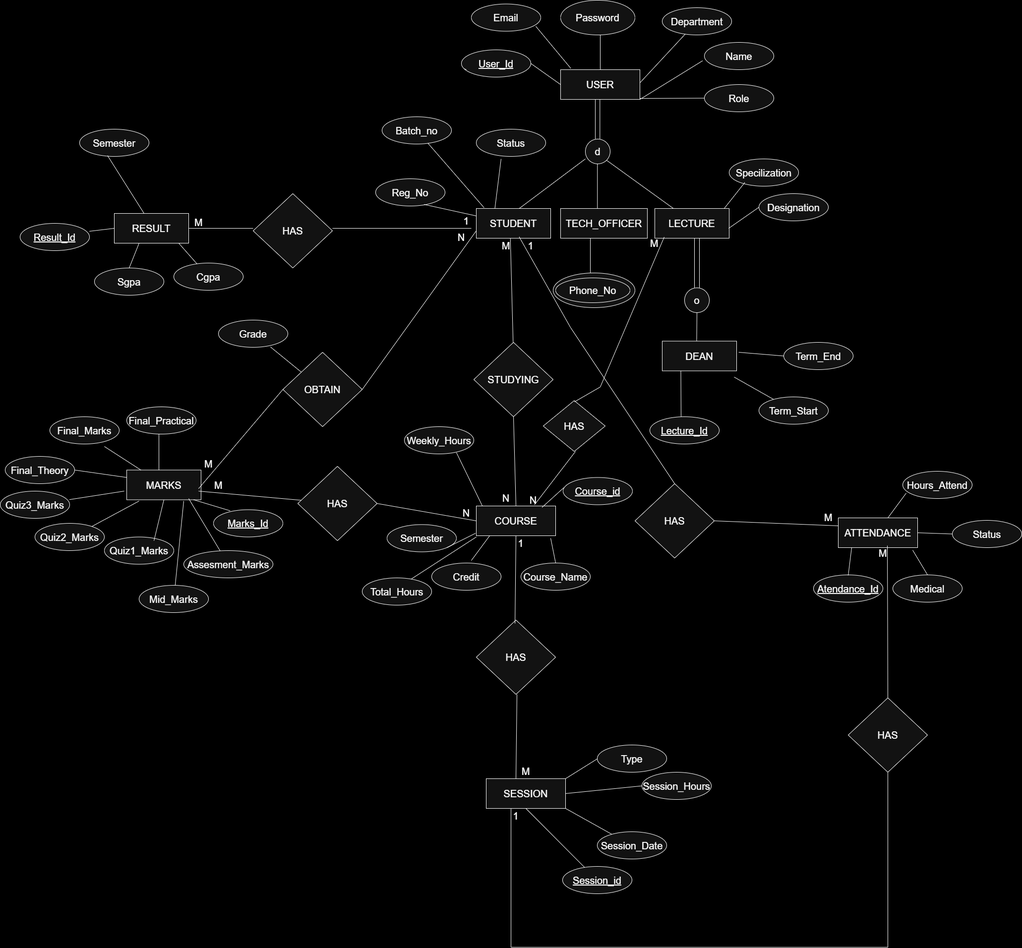
nuwangi2003/database_project keeps this draw.io diagram as document/ER.png. Above is the earlier version. Source tidied: cells renumbered, new cells last; positions are measured from the earlier drawing's top-left corner, leaving out a move shared by most shapes.
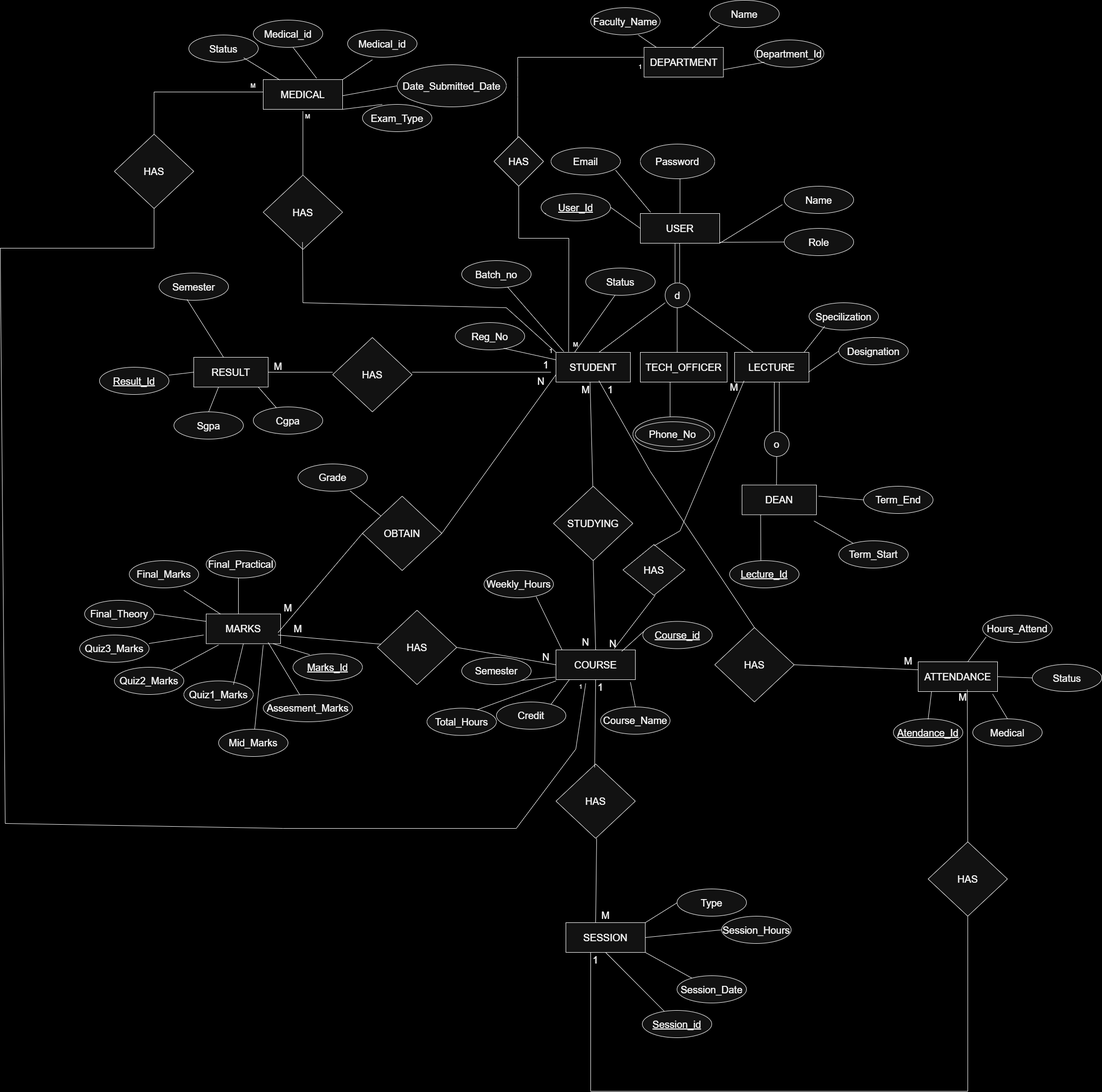
Above is the later version.

Commit message:
changes make - er and R schema

Change to the diagram source:
```diff
@@ -22,14 +22,6 @@
         <mxPoint x="1130" y="170" as="targetPoint" />
       </mxGeometry>
     </mxCell>
-    <mxCell id="7" value="Department" style="ellipse;whiteSpace=wrap;html=1;fontSize=20;" parent="1" vertex="1">
-      <mxGeometry x="1335" y="15" width="140" height="55" as="geometry" />
-    </mxCell>
-    <mxCell id="8" style="endArrow=none;html=1;rounded=0;exitX=1;exitY=0.5;exitDx=0;exitDy=0;fontSize=20;" parent="1" edge="1" target="7">
-      <mxGeometry relative="1" as="geometry">
-        <mxPoint x="1290" y="166.5" as="sourcePoint" />
-      </mxGeometry>
-    </mxCell>
     <mxCell id="9" value="Name" style="ellipse;whiteSpace=wrap;html=1;fontSize=20;" parent="1" vertex="1">
       <mxGeometry x="1420" y="85" width="140" height="55" as="geometry" />
     </mxCell>
@@ -102,13 +94,11 @@
     <mxCell id="26" value="HAS" style="rhombus;whiteSpace=wrap;html=1;fontSize=20;" parent="1" vertex="1">
       <mxGeometry x="510" y="390" width="160" height="150" as="geometry" />
     </mxCell>
-    <mxCell id="27" style="endArrow=none;html=1;rounded=0;exitX=0.25;exitY=0;exitDx=0;exitDy=0;fontSize=20;" parent="1" edge="1" source="19">
-      <mxGeometry relative="1" as="geometry">
-        <mxPoint x="1010" y="320" as="targetPoint" />
-      </mxGeometry>
+    <mxCell id="27" style="endArrow=none;html=1;rounded=0;exitX=0.25;exitY=0;exitDx=0;exitDy=0;fontSize=20;entryX=0.43;entryY=0.966;entryDx=0;entryDy=0;entryPerimeter=0;" parent="1" edge="1" source="19" target="28">
+      <mxGeometry relative="1" as="geometry" />
     </mxCell>
     <mxCell id="28" value="Status" style="ellipse;whiteSpace=wrap;html=1;fontSize=20;" parent="1" vertex="1">
-      <mxGeometry x="960" y="260" width="140" height="55" as="geometry" />
+      <mxGeometry x="1020" y="250" width="140" height="55" as="geometry" />
     </mxCell>
     <mxCell id="29" style="endArrow=none;html=1;rounded=0;fontSize=20;" parent="1" edge="1">
       <mxGeometry relative="1" as="geometry">
@@ -275,7 +265,7 @@
       </mxGeometry>
     </mxCell>
     <mxCell id="69" value="Credit" style="ellipse;whiteSpace=wrap;html=1;fontSize=20;" parent="1" vertex="1">
-      <mxGeometry x="870" y="1135" width="140" height="55" as="geometry" />
+      <mxGeometry x="840" y="1125" width="140" height="55" as="geometry" />
     </mxCell>
     <mxCell id="70" value="Course_Name" style="ellipse;whiteSpace=wrap;html=1;fontSize=20;" parent="1" vertex="1">
       <mxGeometry x="1050" y="1135" width="140" height="55" as="geometry" />
@@ -547,7 +537,7 @@
       <mxGeometry x="1294" y="480" width="50" height="20" as="geometry" />
     </mxCell>
     <mxCell id="142" value="Semester" style="ellipse;whiteSpace=wrap;html=1;fontSize=20;" parent="1" vertex="1">
-      <mxGeometry x="780" y="1057.5" width="140" height="55" as="geometry" />
+      <mxGeometry x="770" y="1035" width="140" height="55" as="geometry" />
     </mxCell>
     <mxCell id="143" style="endArrow=none;html=1;rounded=0;fontSize=20;exitX=1;exitY=1;exitDx=0;exitDy=0;" parent="1" edge="1" source="142">
       <mxGeometry relative="1" as="geometry">
@@ -560,7 +550,7 @@
       </mxGeometry>
     </mxCell>
     <mxCell id="145" value="Total_Hours" style="ellipse;whiteSpace=wrap;html=1;fontSize=20;" parent="1" vertex="1">
-      <mxGeometry x="730" y="1165" width="140" height="55" as="geometry" />
+      <mxGeometry x="700" y="1137.5" width="140" height="55" as="geometry" />
     </mxCell>
     <mxCell id="146" value="Weekly_Hours" style="ellipse;whiteSpace=wrap;html=1;fontSize=20;" parent="1" vertex="1">
       <mxGeometry x="815" y="860" width="140" height="55" as="geometry" />
@@ -576,5 +566,164 @@
     <mxCell id="149" style="endArrow=none;html=1;rounded=0;fontSize=20;entryX=0.4;entryY=0;entryDx=0;entryDy=0;entryPerimeter=0;exitX=0.403;exitY=0.971;exitDx=0;exitDy=0;exitPerimeter=0;" parent="1" edge="1" source="148" target="45">
       <mxGeometry relative="1" as="geometry" />
     </mxCell>
+    <mxCell id="150" value="&lt;font&gt;MEDICAL&lt;/font&gt;" style="rounded=0;whiteSpace=wrap;html=1;fontSize=20;labelBackgroundColor=default;" parent="1" vertex="1">
+      <mxGeometry x="370" y="-130" width="160" height="60" as="geometry" />
+    </mxCell>
+    <mxCell id="151" style="endArrow=none;html=1;rounded=0;exitX=0.5;exitY=0;exitDx=0;exitDy=0;fontSize=20;" parent="1" edge="1" source="152">
+      <mxGeometry relative="1" as="geometry">
+        <mxPoint x="450" y="-66.5" as="targetPoint" />
+      </mxGeometry>
+    </mxCell>
+    <mxCell id="152" value="HAS" style="rhombus;whiteSpace=wrap;html=1;fontSize=20;" parent="1" vertex="1">
+      <mxGeometry x="370" y="62.5" width="160" height="150" as="geometry" />
+    </mxCell>
+    <mxCell id="153" style="endArrow=none;html=1;rounded=0;fontSize=20;exitX=0;exitY=0;exitDx=0;exitDy=0;" parent="1" edge="1" source="19">
+      <mxGeometry relative="1" as="geometry">
+        <mxPoint x="449.2" y="197.8" as="targetPoint" />
+        <Array as="points">
+          <mxPoint x="860" y="330" />
+          <mxPoint x="450" y="320" />
+        </Array>
+      </mxGeometry>
+    </mxCell>
+    <mxCell id="154" value="HAS" style="rhombus;whiteSpace=wrap;html=1;fontSize=20;" parent="1" vertex="1">
+      <mxGeometry x="70" y="-20" width="160" height="150" as="geometry" />
+    </mxCell>
+    <mxCell id="155" style="endArrow=none;html=1;rounded=0;fontSize=20;entryX=0;entryY=0.75;entryDx=0;entryDy=0;exitX=0.5;exitY=0;exitDx=0;exitDy=0;" parent="1" edge="1" source="154">
+      <mxGeometry relative="1" as="geometry">
+        <mxPoint x="370" y="-105" as="targetPoint" />
+        <Array as="points">
+          <mxPoint x="150" y="-105" />
+        </Array>
+      </mxGeometry>
+    </mxCell>
+    <mxCell id="156" style="endArrow=none;html=1;rounded=0;fontSize=20;exitX=0;exitY=0.25;exitDx=0;exitDy=0;" parent="1" edge="1" source="128">
+      <mxGeometry relative="1" as="geometry">
+        <mxPoint x="150" y="130" as="targetPoint" />
+        <Array as="points">
+          <mxPoint x="1000" y="1220" />
+          <mxPoint x="880" y="1380" />
+          <mxPoint x="410" y="1380" />
+          <mxPoint x="-150" y="1370" />
+          <mxPoint x="-160" y="210" />
+          <mxPoint x="150" y="210" />
+        </Array>
+      </mxGeometry>
+    </mxCell>
+    <mxCell id="157" style="edgeStyle=orthogonalEdgeStyle;rounded=0;orthogonalLoop=1;jettySize=auto;html=1;exitX=0.5;exitY=1;exitDx=0;exitDy=0;" parent="1" edge="1" source="69" target="69">
+      <mxGeometry relative="1" as="geometry" />
+    </mxCell>
+    <mxCell id="158" value="Medical_id" style="ellipse;whiteSpace=wrap;html=1;fontSize=20;" parent="1" vertex="1">
+      <mxGeometry x="540" y="-230" width="140" height="55" as="geometry" />
+    </mxCell>
+    <mxCell id="159" value="Medical_id" style="ellipse;whiteSpace=wrap;html=1;fontSize=20;" parent="1" vertex="1">
+      <mxGeometry x="350" y="-250" width="140" height="55" as="geometry" />
+    </mxCell>
+    <mxCell id="160" style="endArrow=none;html=1;rounded=0;exitX=1;exitY=0.5;exitDx=0;exitDy=0;fontSize=20;" parent="1" edge="1">
+      <mxGeometry relative="1" as="geometry">
+        <mxPoint x="530" y="-130" as="sourcePoint" />
+        <mxPoint x="590" y="-170" as="targetPoint" />
+      </mxGeometry>
+    </mxCell>
+    <mxCell id="161" style="endArrow=none;html=1;rounded=0;exitX=1;exitY=0.5;exitDx=0;exitDy=0;fontSize=20;entryX=0.673;entryY=-0.045;entryDx=0;entryDy=0;entryPerimeter=0;" parent="1" edge="1" target="150">
+      <mxGeometry relative="1" as="geometry">
+        <mxPoint x="430" y="-195" as="sourcePoint" />
+      </mxGeometry>
+    </mxCell>
+    <mxCell id="162" value="Exam_Type" style="ellipse;whiteSpace=wrap;html=1;fontSize=20;" parent="1" vertex="1">
+      <mxGeometry x="570" y="-80" width="140" height="55" as="geometry" />
+    </mxCell>
+    <mxCell id="163" value="Status" style="ellipse;whiteSpace=wrap;html=1;fontSize=20;" parent="1" vertex="1">
+      <mxGeometry x="220" y="-220" width="140" height="55" as="geometry" />
+    </mxCell>
+    <mxCell id="164" value="Date_Submitted_Date" style="ellipse;whiteSpace=wrap;html=1;fontSize=20;" parent="1" vertex="1">
+      <mxGeometry x="640" y="-160" width="220" height="85" as="geometry" />
+    </mxCell>
+    <mxCell id="165" style="endArrow=none;html=1;rounded=0;exitX=0.79;exitY=0.839;exitDx=0;exitDy=0;fontSize=20;exitPerimeter=0;entryX=0.21;entryY=0.014;entryDx=0;entryDy=0;entryPerimeter=0;" parent="1" edge="1" source="163" target="150">
+      <mxGeometry relative="1" as="geometry" />
+    </mxCell>
+    <mxCell id="166" style="endArrow=none;html=1;rounded=0;exitX=1;exitY=0.5;exitDx=0;exitDy=0;fontSize=20;entryX=0.286;entryY=0;entryDx=0;entryDy=0;entryPerimeter=0;" parent="1" edge="1" target="162">
+      <mxGeometry relative="1" as="geometry">
+        <mxPoint x="530" y="-70" as="sourcePoint" />
+      </mxGeometry>
+    </mxCell>
+    <mxCell id="167" style="endArrow=none;html=1;rounded=0;exitX=1;exitY=0.5;exitDx=0;exitDy=0;fontSize=20;entryX=0;entryY=0.5;entryDx=0;entryDy=0;" parent="1" edge="1" target="164">
+      <mxGeometry relative="1" as="geometry">
+        <mxPoint x="530" y="-97.5" as="sourcePoint" />
+      </mxGeometry>
+    </mxCell>
+    <mxCell id="168" value="1" style="text;html=1;whiteSpace=wrap;strokeColor=none;fillColor=none;align=center;verticalAlign=middle;rounded=0;" parent="1" vertex="1">
+      <mxGeometry x="920" y="402.5" width="60" height="30" as="geometry" />
+    </mxCell>
+    <mxCell id="169" style="edgeStyle=orthogonalEdgeStyle;rounded=0;orthogonalLoop=1;jettySize=auto;html=1;exitX=0.5;exitY=1;exitDx=0;exitDy=0;" parent="1" edge="1">
+      <mxGeometry relative="1" as="geometry">
+        <mxPoint x="480" y="-25" as="sourcePoint" />
+        <mxPoint x="480" y="-25" as="targetPoint" />
+      </mxGeometry>
+    </mxCell>
+    <mxCell id="170" value="M" style="text;html=1;whiteSpace=wrap;strokeColor=none;fillColor=none;align=center;verticalAlign=middle;rounded=0;" parent="1" vertex="1">
+      <mxGeometry x="430" y="-70" width="60" height="30" as="geometry" />
+    </mxCell>
+    <mxCell id="171" value="M" style="text;html=1;whiteSpace=wrap;strokeColor=none;fillColor=none;align=center;verticalAlign=middle;rounded=0;" parent="1" vertex="1">
+      <mxGeometry x="320" y="-132.5" width="60" height="30" as="geometry" />
+    </mxCell>
+    <mxCell id="172" value="1" style="text;html=1;whiteSpace=wrap;strokeColor=none;fillColor=none;align=center;verticalAlign=middle;rounded=0;" parent="1" vertex="1">
+      <mxGeometry x="980" y="1085" width="60" height="20" as="geometry" />
+    </mxCell>
+    <mxCell id="173" value="&lt;font&gt;DEPARTMENT&lt;/font&gt;" style="rounded=0;whiteSpace=wrap;html=1;fontSize=20;labelBackgroundColor=default;" parent="1" vertex="1">
+      <mxGeometry x="1137.5" y="-195" width="160" height="60" as="geometry" />
+    </mxCell>
+    <mxCell id="174" style="endArrow=none;html=1;rounded=0;fontSize=20;exitX=0.5;exitY=0;exitDx=0;exitDy=0;" parent="1" edge="1">
+      <mxGeometry relative="1" as="geometry">
+        <mxPoint x="883" y="-10" as="sourcePoint" />
+        <mxPoint x="1137" y="-175" as="targetPoint" />
+        <Array as="points">
+          <mxPoint x="883" y="-95" />
+          <mxPoint x="883" y="-135" />
+          <mxPoint x="883" y="-175" />
+        </Array>
+      </mxGeometry>
+    </mxCell>
+    <mxCell id="175" value="HAS" style="rhombus;whiteSpace=wrap;html=1;fontSize=20;" parent="1" vertex="1">
+      <mxGeometry x="835" y="-15" width="100" height="100" as="geometry" />
+    </mxCell>
+    <mxCell id="176" style="endArrow=none;html=1;rounded=0;exitX=0.5;exitY=1;exitDx=0;exitDy=0;fontSize=20;entryX=0.17;entryY=-0.021;entryDx=0;entryDy=0;entryPerimeter=0;" parent="1" edge="1" source="175" target="19">
+      <mxGeometry relative="1" as="geometry">
+        <Array as="points">
+          <mxPoint x="885" y="190" />
+          <mxPoint x="986" y="190" />
+        </Array>
+      </mxGeometry>
+    </mxCell>
+    <mxCell id="177" value="Department_Id" style="ellipse;whiteSpace=wrap;html=1;fontSize=20;" parent="1" vertex="1">
+      <mxGeometry x="1360" y="-210" width="140" height="55" as="geometry" />
+    </mxCell>
+    <mxCell id="178" style="endArrow=none;html=1;rounded=0;exitX=1;exitY=0.75;exitDx=0;exitDy=0;fontSize=20;" parent="1" edge="1" source="173">
+      <mxGeometry relative="1" as="geometry">
+        <mxPoint x="1380" y="-165" as="targetPoint" />
+      </mxGeometry>
+    </mxCell>
+    <mxCell id="179" value="Name" style="ellipse;whiteSpace=wrap;html=1;fontSize=20;" parent="1" vertex="1">
+      <mxGeometry x="1270" y="-290" width="140" height="55" as="geometry" />
+    </mxCell>
+    <mxCell id="180" style="endArrow=none;html=1;rounded=0;fontSize=20;exitX=0.604;exitY=0.038;exitDx=0;exitDy=0;exitPerimeter=0;" parent="1" edge="1" source="173">
+      <mxGeometry relative="1" as="geometry">
+        <mxPoint x="1290" y="-240" as="targetPoint" />
+      </mxGeometry>
+    </mxCell>
+    <mxCell id="181" value="Faculty_Name" style="ellipse;whiteSpace=wrap;html=1;fontSize=20;" parent="1" vertex="1">
+      <mxGeometry x="1030" y="-275" width="140" height="55" as="geometry" />
+    </mxCell>
+    <mxCell id="182" style="endArrow=none;html=1;rounded=0;fontSize=20;exitX=0.155;exitY=-0.001;exitDx=0;exitDy=0;exitPerimeter=0;" parent="1" edge="1" source="173">
+      <mxGeometry relative="1" as="geometry">
+        <mxPoint x="1126" y="-220" as="targetPoint" />
+      </mxGeometry>
+    </mxCell>
+    <mxCell id="183" value="1" style="text;html=1;whiteSpace=wrap;strokeColor=none;fillColor=none;align=center;verticalAlign=middle;rounded=0;" parent="1" vertex="1">
+      <mxGeometry x="1100" y="-170" width="60" height="30" as="geometry" />
+    </mxCell>
+    <mxCell id="184" value="M" style="text;html=1;whiteSpace=wrap;strokeColor=none;fillColor=none;align=center;verticalAlign=middle;rounded=0;" parent="1" vertex="1">
+      <mxGeometry x="970" y="390" width="60" height="30" as="geometry" />
+    </mxCell>
   </root>
 </mxGraphModel>
```
